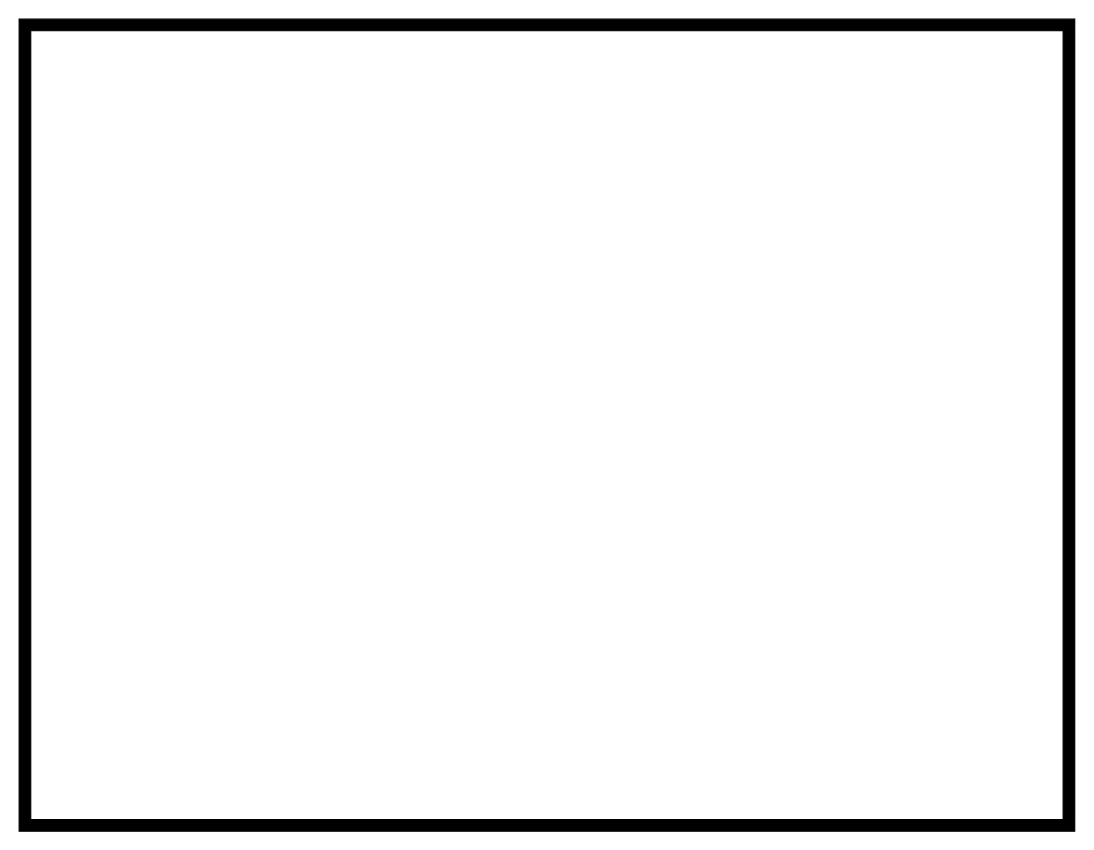
The draw.io diagram page "2º Andar" (3 of 3) of ASII.drawio in ArianaAlves/ASII, before the edit. Source tidied: cells renumbered, new cells numbered last; positions are measured from the earlier drawing's top-left corner, leaving out a move shared by most shapes. Both pictures are drawn from the tidied source at 116%, with x=0, y=0 at pixel (19, 19).
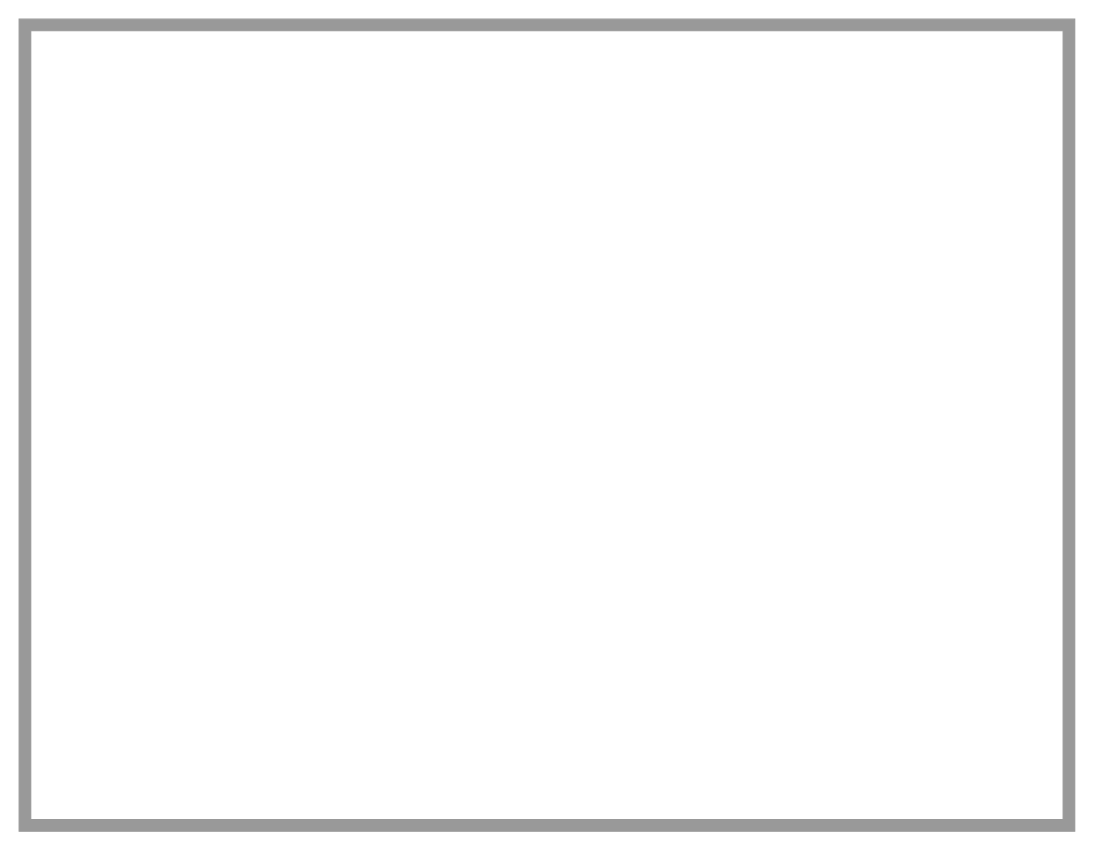
Above is the later version.

Diff of the diagram source:
```diff
@@
 <mxGraphModel>
   <root>
     <mxCell id="0" />
     <mxCell id="1" parent="0" />
-    <mxCell id="2" style="verticalLabelPosition=bottom;html=1;verticalAlign=top;align=center;shape=mxgraph.floorplan.room;fillColor=#000000;" parent="1" vertex="1">
+    <mxCell id="2" style="verticalLabelPosition=bottom;html=1;verticalAlign=top;align=center;shape=mxgraph.floorplan.room;fillColor=#999999;strokeColor=#999999;" parent="1" vertex="1">
       <mxGeometry width="910" height="700" as="geometry" />
     </mxCell>
   </root>
 </mxGraphModel>
```
